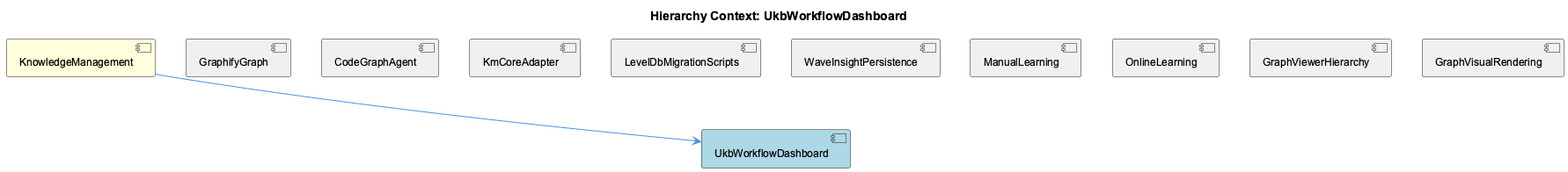
The PlantUML diagram knowledge-management/insights/images/ukb-workflow-dashboard-relationship.png in fwornle/coding, before a commit. Source of this version:
```plantuml
@startuml
!include _standard-style.puml

title Hierarchy Context: UkbWorkflowDashboard

[KnowledgeManagement] as knowledge_management #FFFFDD
[UkbWorkflowDashboard] as ukb_workflow_dashboard #LightBlue
[GraphifyGraph] as graphify_graph #F0F0F0
[CodeGraphAgent] as code_graph_agent #F0F0F0
[KmCoreAdapter] as km_core_adapter #F0F0F0
[LevelDbMigrationScripts] as level_db_migration_scripts #F0F0F0
[WaveInsightPersistence] as wave_insight_persistence #F0F0F0
[ManualLearning] as manual_learning #F0F0F0
[OnlineLearning] as online_learning #F0F0F0
[GraphViewerHierarchy] as graph_viewer_hierarchy #F0F0F0
[GraphVisualRendering] as graph_visual_rendering #F0F0F0

knowledge_management --> ukb_workflow_dashboard
graphify_graph -[hidden]- ukb_workflow_dashboard
code_graph_agent -[hidden]- ukb_workflow_dashboard
km_core_adapter -[hidden]- ukb_workflow_dashboard
level_db_migration_scripts -[hidden]- ukb_workflow_dashboard
wave_insight_persistence -[hidden]- ukb_workflow_dashboard
manual_learning -[hidden]- ukb_workflow_dashboard
online_learning -[hidden]- ukb_workflow_dashboard
graph_viewer_hierarchy -[hidden]- ukb_workflow_dashboard
graph_visual_rendering -[hidden]- ukb_workflow_dashboard

@enduml
```
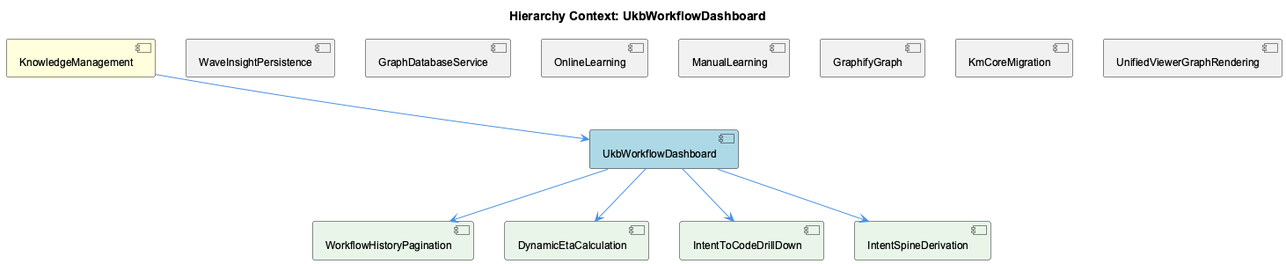
Later version of the same file.

Change to the diagram source:
```diff
@@ -5,25 +5,29 @@
 
 [KnowledgeManagement] as knowledge_management #FFFFDD
 [UkbWorkflowDashboard] as ukb_workflow_dashboard #LightBlue
+[WaveInsightPersistence] as wave_insight_persistence #F0F0F0
+[GraphDatabaseService] as graph_database_service #F0F0F0
+[OnlineLearning] as online_learning #F0F0F0
+[ManualLearning] as manual_learning #F0F0F0
 [GraphifyGraph] as graphify_graph #F0F0F0
-[CodeGraphAgent] as code_graph_agent #F0F0F0
-[KmCoreAdapter] as km_core_adapter #F0F0F0
-[LevelDbMigrationScripts] as level_db_migration_scripts #F0F0F0
-[WaveInsightPersistence] as wave_insight_persistence #F0F0F0
-[ManualLearning] as manual_learning #F0F0F0
-[OnlineLearning] as online_learning #F0F0F0
-[GraphViewerHierarchy] as graph_viewer_hierarchy #F0F0F0
-[GraphVisualRendering] as graph_visual_rendering #F0F0F0
+[KmCoreMigration] as km_core_migration #F0F0F0
+[UnifiedViewerGraphRendering] as unified_viewer_graph_rendering #F0F0F0
+[WorkflowHistoryPagination] as workflow_history_pagination #E8F5E8
+[DynamicEtaCalculation] as dynamic_eta_calculation #E8F5E8
+[IntentToCodeDrillDown] as intent_to_code_drill_down #E8F5E8
+[IntentSpineDerivation] as intent_spine_derivation #E8F5E8
 
 knowledge_management --> ukb_workflow_dashboard
+wave_insight_persistence -[hidden]- ukb_workflow_dashboard
+graph_database_service -[hidden]- ukb_workflow_dashboard
+online_learning -[hidden]- ukb_workflow_dashboard
+manual_learning -[hidden]- ukb_workflow_dashboard
 graphify_graph -[hidden]- ukb_workflow_dashboard
-code_graph_agent -[hidden]- ukb_workflow_dashboard
-km_core_adapter -[hidden]- ukb_workflow_dashboard
-level_db_migration_scripts -[hidden]- ukb_workflow_dashboard
-wave_insight_persistence -[hidden]- ukb_workflow_dashboard
-manual_learning -[hidden]- ukb_workflow_dashboard
-online_learning -[hidden]- ukb_workflow_dashboard
-graph_viewer_hierarchy -[hidden]- ukb_workflow_dashboard
-graph_visual_rendering -[hidden]- ukb_workflow_dashboard
+km_core_migration -[hidden]- ukb_workflow_dashboard
+unified_viewer_graph_rendering -[hidden]- ukb_workflow_dashboard
+ukb_workflow_dashboard --> workflow_history_pagination
+ukb_workflow_dashboard --> dynamic_eta_calculation
+ukb_workflow_dashboard --> intent_to_code_drill_down
+ukb_workflow_dashboard --> intent_spine_derivation
 
 @enduml
```
